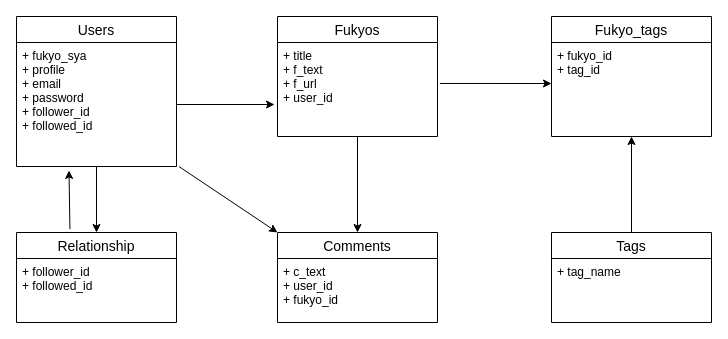
Above: app/fukyo.dio in Acetaff/fukyo_app (draw.io), before the change. Source tidied: cells renumbered, new cells numbered last; positions are measured from the earlier drawing's top-left corner, leaving out a move shared by most shapes. Both pictures are drawn from the tidied source at 100%, with x=0, y=0 at pixel (16, 16).
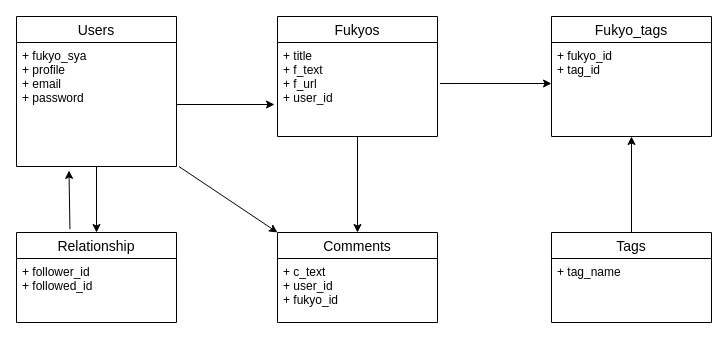
Above is the later version.

The change refers to these unchanged cells:
```xml
<mxCell id="3" value="Users" style="swimlane;fontStyle=0;horizontal=1;startSize=26;align=center;fontSize=14;" parent="1" vertex="1">
  <mxGeometry width="160" height="150" as="geometry" />
</mxCell>
```

Diff of the diagram source:
```diff
@@
-    <mxCell id="4" value="+ fukyo_sya&#10;+ profile&#10;+ email&#10;+ password&#10;+ follower_id&#10;+ followed_id" style="text;strokeColor=none;fillColor=none;spacingLeft=4;spacingRight=4;overflow=hidden;points=[[0,0.5],[1,0.5]];portConstraint=eastwest;fontSize=12;" parent="3" vertex="1">
+    <mxCell id="4" value="+ fukyo_sya&#10;+ profile&#10;+ email&#10;+ password&#10;" style="text;strokeColor=none;fillColor=none;spacingLeft=4;spacingRight=4;overflow=hidden;points=[[0,0.5],[1,0.5]];portConstraint=eastwest;fontSize=12;" parent="3" vertex="1">
       <mxGeometry y="26" width="160" height="124" as="geometry" />
     </mxCell>
```
